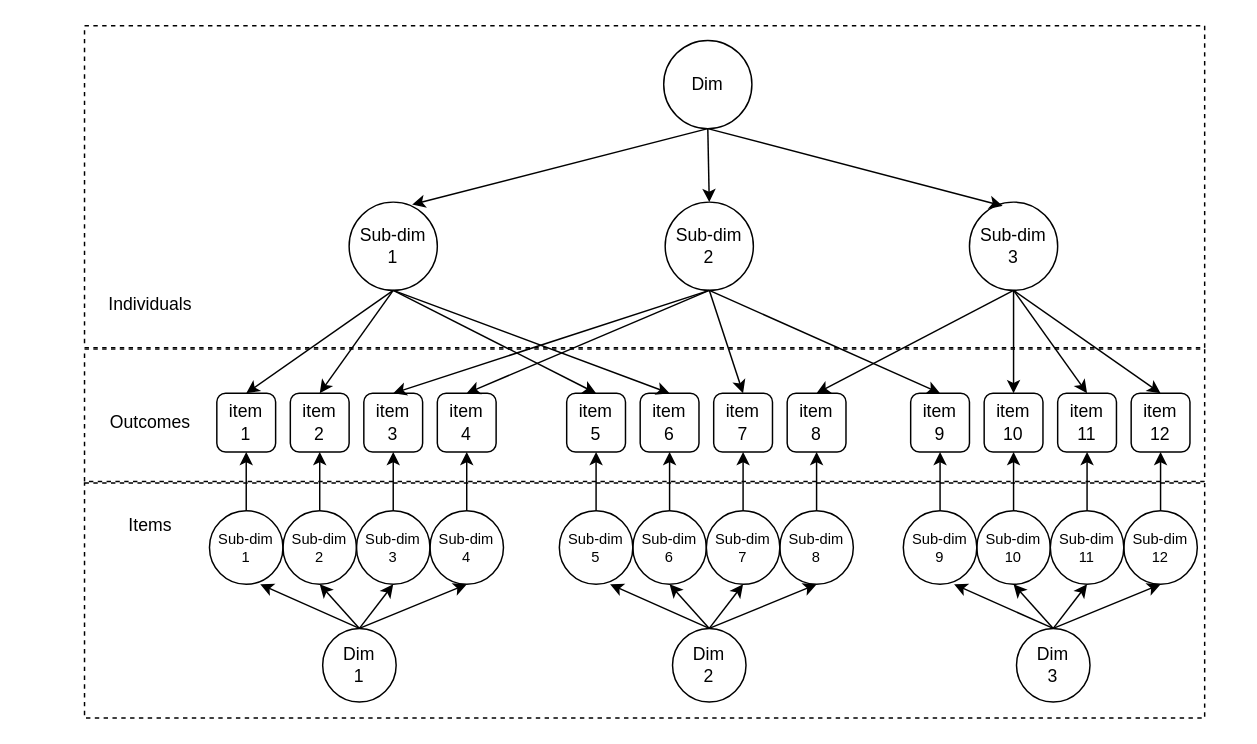
jriveraespejo/thesis keeps this draw.io diagram as images/main/instrument_design.drawio. Above is the earlier version. Source tidied: cells renumbered, new cells numbered last; positions are measured from the earlier drawing's top-left corner, leaving out a move shared by most shapes. Both pictures are drawn from the tidied source at 147%, with x=0, y=0 at pixel (84, 25).
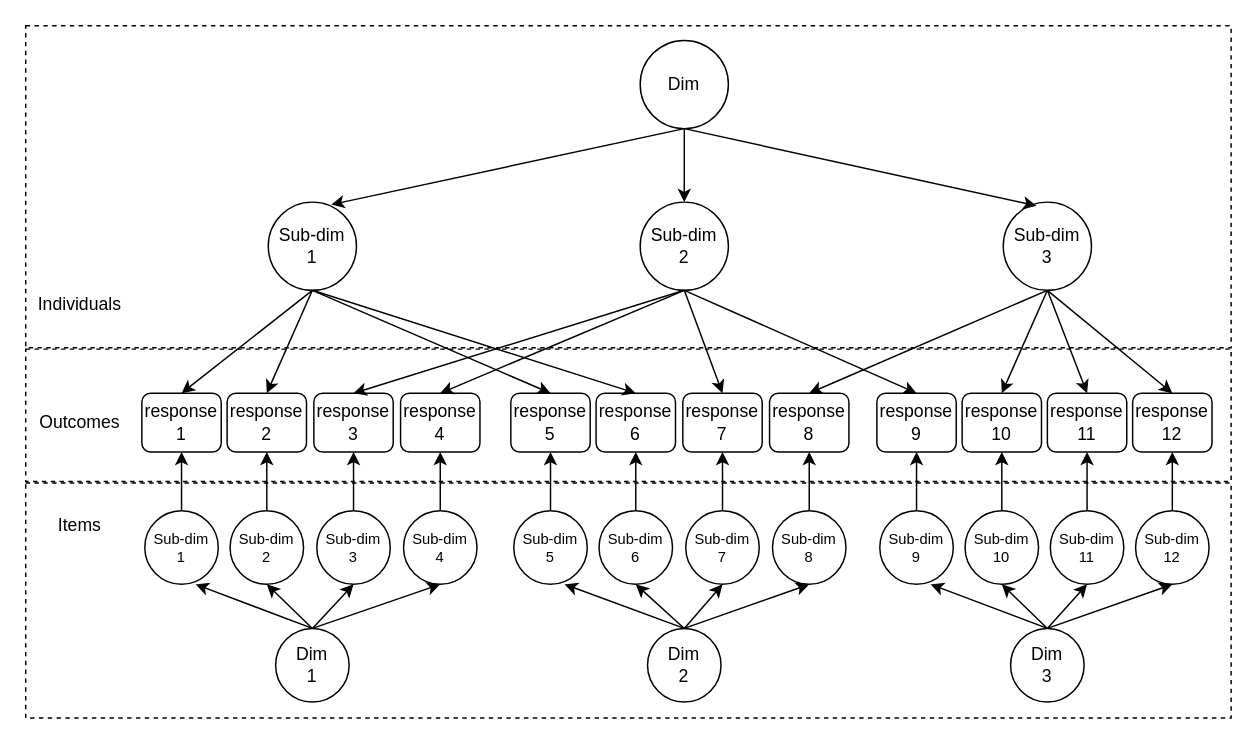
After the change.

Change to the diagram source:
```diff
@@
     <mxCell id="2" style="rounded=0;whiteSpace=wrap;html=1;fillColor=none;dashed=1;" parent="1" vertex="1">
-      <mxGeometry y="220" width="762" height="90" as="geometry" />
+      <mxGeometry x="-40" y="220" width="820" height="90" as="geometry" />
     </mxCell>
     <mxCell id="3" style="rounded=0;whiteSpace=wrap;html=1;fillColor=none;dashed=1;" parent="1" vertex="1">
-      <mxGeometry y="311" width="762" height="160" as="geometry" />
+      <mxGeometry x="-40" y="311" width="820" height="160" as="geometry" />
     </mxCell>
     <mxCell id="4" style="rounded=0;whiteSpace=wrap;html=1;fillColor=none;dashed=1;" parent="1" vertex="1">
-      <mxGeometry width="762" height="219" as="geometry" />
+      <mxGeometry x="-40" width="820" height="219" as="geometry" />
     </mxCell>
-    <mxCell id="5" value="&lt;div&gt;item &lt;br&gt;&lt;/div&gt;&lt;div&gt;1&lt;/div&gt;" style="rounded=1;whiteSpace=wrap;html=1;fillColor=none;" parent="1" vertex="1">
-      <mxGeometry x="90" y="250" width="40" height="40" as="geometry" />
+    <mxCell id="5" value="response &lt;br&gt;&lt;div&gt;1&lt;/div&gt;" style="rounded=1;whiteSpace=wrap;html=1;fillColor=none;" parent="1" vertex="1">
+      <mxGeometry x="39" y="250" width="54" height="40" as="geometry" />
     </mxCell>
-    <mxCell id="6" value="&lt;div&gt;item &lt;br&gt;&lt;/div&gt;&lt;div&gt;2&lt;/div&gt;" style="rounded=1;whiteSpace=wrap;html=1;fillColor=none;" parent="1" vertex="1">
-      <mxGeometry x="140" y="250" width="40" height="40" as="geometry" />
+    <mxCell id="6" value="&lt;div&gt;response &lt;br&gt;&lt;/div&gt;&lt;div&gt;2&lt;/div&gt;" style="rounded=1;whiteSpace=wrap;html=1;fillColor=none;" parent="1" vertex="1">
+      <mxGeometry x="97" y="250" width="54" height="40" as="geometry" />
     </mxCell>
-    <mxCell id="7" value="&lt;div&gt;item &lt;br&gt;&lt;/div&gt;&lt;div&gt;3&lt;/div&gt;" style="rounded=1;whiteSpace=wrap;html=1;fillColor=none;" parent="1" vertex="1">
-      <mxGeometry x="190" y="250" width="40" height="40" as="geometry" />
+    <mxCell id="7" value="&lt;div&gt;response &lt;br&gt;&lt;/div&gt;&lt;div&gt;3&lt;/div&gt;" style="rounded=1;whiteSpace=wrap;html=1;fillColor=none;" parent="1" vertex="1">
+      <mxGeometry x="156" y="250" width="54" height="40" as="geometry" />
     </mxCell>
-    <mxCell id="8" value="&lt;div&gt;item &lt;br&gt;&lt;/div&gt;&lt;div&gt;4&lt;/div&gt;" style="rounded=1;whiteSpace=wrap;html=1;fillColor=none;" parent="1" vertex="1">
-      <mxGeometry x="240" y="250" width="40" height="40" as="geometry" />
+    <mxCell id="8" value="&lt;div&gt;response &lt;br&gt;&lt;/div&gt;&lt;div&gt;4&lt;/div&gt;" style="rounded=1;whiteSpace=wrap;html=1;fillColor=none;" parent="1" vertex="1">
+      <mxGeometry x="215" y="250" width="54" height="40" as="geometry" />
     </mxCell>
-    <mxCell id="9" value="&lt;div&gt;item &lt;br&gt;&lt;/div&gt;&lt;div&gt;5&lt;/div&gt;" style="rounded=1;whiteSpace=wrap;html=1;fillColor=none;" parent="1" vertex="1">
-      <mxGeometry x="328" y="250" width="40" height="40" as="geometry" />
+    <mxCell id="9" value="&lt;div&gt;response &lt;br&gt;&lt;/div&gt;&lt;div&gt;5&lt;/div&gt;" style="rounded=1;whiteSpace=wrap;html=1;fillColor=none;" parent="1" vertex="1">
+      <mxGeometry x="290" y="250" width="54" height="40" as="geometry" />
     </mxCell>
-    <mxCell id="10" value="&lt;div&gt;item &lt;br&gt;&lt;/div&gt;&lt;div&gt;6&lt;/div&gt;" style="rounded=1;whiteSpace=wrap;html=1;fillColor=none;" parent="1" vertex="1">
-      <mxGeometry x="378" y="250" width="40" height="40" as="geometry" />
+    <mxCell id="10" value="&lt;div&gt;response &lt;br&gt;&lt;/div&gt;&lt;div&gt;6&lt;/div&gt;" style="rounded=1;whiteSpace=wrap;html=1;fillColor=none;" parent="1" vertex="1">
+      <mxGeometry x="348" y="250" width="54" height="40" as="geometry" />
     </mxCell>
-    <mxCell id="11" value="&lt;div&gt;item &lt;br&gt;&lt;/div&gt;&lt;div&gt;7&lt;/div&gt;" style="rounded=1;whiteSpace=wrap;html=1;fillColor=none;" parent="1" vertex="1">
-      <mxGeometry x="428" y="250" width="40" height="40" as="geometry" />
+    <mxCell id="11" value="&lt;div&gt;response &lt;br&gt;&lt;/div&gt;&lt;div&gt;7&lt;/div&gt;" style="rounded=1;whiteSpace=wrap;html=1;fillColor=none;" parent="1" vertex="1">
+      <mxGeometry x="407" y="250" width="54" height="40" as="geometry" />
     </mxCell>
-    <mxCell id="12" value="&lt;div&gt;item &lt;br&gt;&lt;/div&gt;&lt;div&gt;8&lt;/div&gt;" style="rounded=1;whiteSpace=wrap;html=1;fillColor=none;" parent="1" vertex="1">
-      <mxGeometry x="478" y="250" width="40" height="40" as="geometry" />
+    <mxCell id="12" value="response &lt;br&gt;&lt;div&gt;8&lt;/div&gt;" style="rounded=1;whiteSpace=wrap;html=1;fillColor=none;" parent="1" vertex="1">
+      <mxGeometry x="466" y="250" width="54" height="40" as="geometry" />
     </mxCell>
-    <mxCell id="13" value="&lt;div&gt;item &lt;br&gt;&lt;/div&gt;&lt;div&gt;9&lt;/div&gt;" style="rounded=1;whiteSpace=wrap;html=1;fillColor=none;" parent="1" vertex="1">
-      <mxGeometry x="562" y="250" width="40" height="40" as="geometry" />
+    <mxCell id="13" value="response &lt;br&gt;&lt;div&gt;9&lt;/div&gt;" style="rounded=1;whiteSpace=wrap;html=1;fillColor=none;" parent="1" vertex="1">
+      <mxGeometry x="539" y="250" width="54" height="40" as="geometry" />
     </mxCell>
-    <mxCell id="14" value="&lt;div&gt;item&lt;/div&gt;&lt;div&gt;10&lt;/div&gt;" style="rounded=1;whiteSpace=wrap;html=1;fillColor=none;" parent="1" vertex="1">
-      <mxGeometry x="612" y="250" width="40" height="40" as="geometry" />
+    <mxCell id="14" value="&lt;div&gt;response&lt;/div&gt;&lt;div&gt;10&lt;/div&gt;" style="rounded=1;whiteSpace=wrap;html=1;fillColor=none;" parent="1" vertex="1">
+      <mxGeometry x="597" y="250" width="54" height="40" as="geometry" />
     </mxCell>
-    <mxCell id="15" value="&lt;div&gt;item &lt;br&gt;&lt;/div&gt;&lt;div&gt;11&lt;/div&gt;" style="rounded=1;whiteSpace=wrap;html=1;fillColor=none;" parent="1" vertex="1">
-      <mxGeometry x="662" y="250" width="40" height="40" as="geometry" />
+    <mxCell id="15" value="response &lt;br&gt;&lt;div&gt;11&lt;/div&gt;" style="rounded=1;whiteSpace=wrap;html=1;fillColor=none;" parent="1" vertex="1">
+      <mxGeometry x="655" y="250" width="54" height="40" as="geometry" />
     </mxCell>
-    <mxCell id="16" value="&lt;div&gt;item &lt;br&gt;&lt;/div&gt;&lt;div&gt;12&lt;/div&gt;" style="rounded=1;whiteSpace=wrap;html=1;fillColor=none;" parent="1" vertex="1">
-      <mxGeometry x="712" y="250" width="40" height="40" as="geometry" />
+    <mxCell id="16" value="response &lt;br&gt;&lt;div&gt;12&lt;/div&gt;" style="rounded=1;whiteSpace=wrap;html=1;fillColor=none;" parent="1" vertex="1">
+      <mxGeometry x="713" y="250" width="54" height="40" as="geometry" />
     </mxCell>
@@
     <mxCell id="29" value="&lt;div&gt;Sub-dim&lt;/div&gt;&lt;div&gt;1&lt;/div&gt;" style="ellipse;whiteSpace=wrap;html=1;fillColor=none;" parent="1" vertex="1">
-      <mxGeometry x="180" y="120" width="60" height="60" as="geometry" />
+      <mxGeometry x="125" y="120" width="60" height="60" as="geometry" />
     </mxCell>
@@
     <mxCell id="34" value="&lt;div&gt;Dim &lt;br&gt;&lt;/div&gt;&lt;div&gt;1&lt;/div&gt;" style="ellipse;whiteSpace=wrap;html=1;fillColor=none;" parent="1" vertex="1">
-      <mxGeometry x="162" y="410" width="50" height="50" as="geometry" />
+      <mxGeometry x="130" y="410" width="50" height="50" as="geometry" />
     </mxCell>
     <mxCell id="35" value="&lt;div&gt;Sub-dim&lt;/div&gt;&lt;div&gt;2&lt;br&gt;&lt;/div&gt;" style="ellipse;whiteSpace=wrap;html=1;fillColor=none;" parent="1" vertex="1">
-      <mxGeometry x="395" y="120" width="60" height="60" as="geometry" />
+      <mxGeometry x="378" y="120" width="60" height="60" as="geometry" />
     </mxCell>
     <mxCell id="36" value="&lt;div&gt;Sub-dim&lt;/div&gt;&lt;div&gt;3&lt;br&gt;&lt;/div&gt;" style="ellipse;whiteSpace=wrap;html=1;fillColor=none;" parent="1" vertex="1">
-      <mxGeometry x="602" y="120" width="60" height="60" as="geometry" />
+      <mxGeometry x="625" y="120" width="60" height="60" as="geometry" />
     </mxCell>
@@
     <mxCell id="40" value="Dim" style="ellipse;whiteSpace=wrap;html=1;fillColor=none;" parent="1" vertex="1">
-      <mxGeometry x="394" y="10" width="60" height="60" as="geometry" />
+      <mxGeometry x="378" y="10" width="60" height="60" as="geometry" />
     </mxCell>
@@
     <mxCell id="42" value="&lt;div style=&quot;font-size: 10px;&quot;&gt;Sub-dim &lt;br style=&quot;font-size: 10px;&quot;&gt;&lt;/div&gt;&lt;div style=&quot;font-size: 10px;&quot;&gt;1&lt;/div&gt;" style="ellipse;whiteSpace=wrap;html=1;fillColor=none;fontSize=10;" parent="1" vertex="1">
-      <mxGeometry x="85" y="330" width="50" height="50" as="geometry" />
+      <mxGeometry x="41" y="330" width="50" height="50" as="geometry" />
     </mxCell>
@@
     <mxCell id="44" value="&lt;div style=&quot;font-size: 10px&quot;&gt;Sub-dim &lt;br style=&quot;font-size: 10px&quot;&gt;&lt;/div&gt;&lt;div style=&quot;font-size: 10px&quot;&gt;2&lt;/div&gt;" style="ellipse;whiteSpace=wrap;html=1;fillColor=none;fontSize=10;" parent="1" vertex="1">
-      <mxGeometry x="135" y="330" width="50" height="50" as="geometry" />
+      <mxGeometry x="99" y="330" width="50" height="50" as="geometry" />
     </mxCell>
@@
     <mxCell id="46" value="&lt;div style=&quot;font-size: 10px&quot;&gt;Sub-dim &lt;br style=&quot;font-size: 10px&quot;&gt;&lt;/div&gt;3" style="ellipse;whiteSpace=wrap;html=1;fillColor=none;fontSize=10;" parent="1" vertex="1">
-      <mxGeometry x="185" y="330" width="50" height="50" as="geometry" />
+      <mxGeometry x="158" y="330" width="50" height="50" as="geometry" />
     </mxCell>
@@
     <mxCell id="48" value="&lt;div style=&quot;font-size: 10px&quot;&gt;Sub-dim &lt;br style=&quot;font-size: 10px&quot;&gt;&lt;/div&gt;&lt;div style=&quot;font-size: 10px&quot;&gt;4&lt;/div&gt;" style="ellipse;whiteSpace=wrap;html=1;fillColor=none;fontSize=10;" parent="1" vertex="1">
-      <mxGeometry x="235" y="330" width="50" height="50" as="geometry" />
+      <mxGeometry x="217" y="330" width="50" height="50" as="geometry" />
     </mxCell>
@@
     <mxCell id="53" value="&lt;div&gt;Dim &lt;br&gt;&lt;/div&gt;&lt;div&gt;2&lt;/div&gt;" style="ellipse;whiteSpace=wrap;html=1;fillColor=none;" parent="1" vertex="1">
-      <mxGeometry x="400" y="410" width="50" height="50" as="geometry" />
+      <mxGeometry x="383" y="410" width="50" height="50" as="geometry" />
     </mxCell>
@@
     <mxCell id="55" value="&lt;div&gt;Sub-dim&lt;/div&gt;&lt;div&gt;5&lt;/div&gt;" style="ellipse;whiteSpace=wrap;html=1;fillColor=none;fontSize=10;" parent="1" vertex="1">
-      <mxGeometry x="323" y="330" width="50" height="50" as="geometry" />
+      <mxGeometry x="292" y="330" width="50" height="50" as="geometry" />
     </mxCell>
@@
     <mxCell id="57" value="&lt;div style=&quot;font-size: 10px&quot;&gt;Sub-dim &lt;br style=&quot;font-size: 10px&quot;&gt;&lt;/div&gt;6" style="ellipse;whiteSpace=wrap;html=1;fillColor=none;fontSize=10;" parent="1" vertex="1">
-      <mxGeometry x="373" y="330" width="50" height="50" as="geometry" />
+      <mxGeometry x="350" y="330" width="50" height="50" as="geometry" />
     </mxCell>
@@
     <mxCell id="59" value="Sub-dim &lt;br style=&quot;font-size: 10px&quot;&gt;7" style="ellipse;whiteSpace=wrap;html=1;fillColor=none;fontSize=10;" parent="1" vertex="1">
-      <mxGeometry x="423" y="330" width="50" height="50" as="geometry" />
+      <mxGeometry x="409" y="330" width="50" height="50" as="geometry" />
     </mxCell>
@@
     <mxCell id="61" value="&lt;div style=&quot;font-size: 10px&quot;&gt;Sub-dim &lt;br style=&quot;font-size: 10px&quot;&gt;&lt;/div&gt;8" style="ellipse;whiteSpace=wrap;html=1;fillColor=none;fontSize=10;" parent="1" vertex="1">
-      <mxGeometry x="473" y="330" width="50" height="50" as="geometry" />
+      <mxGeometry x="468" y="330" width="50" height="50" as="geometry" />
     </mxCell>
@@
     <mxCell id="66" value="&lt;div&gt;Dim &lt;br&gt;&lt;/div&gt;&lt;div&gt;3&lt;/div&gt;" style="ellipse;whiteSpace=wrap;html=1;fillColor=none;" parent="1" vertex="1">
-      <mxGeometry x="634" y="410" width="50" height="50" as="geometry" />
+      <mxGeometry x="630" y="410" width="50" height="50" as="geometry" />
     </mxCell>
@@
     <mxCell id="68" value="&lt;div style=&quot;font-size: 10px&quot;&gt;Sub-dim &lt;br style=&quot;font-size: 10px&quot;&gt;&lt;/div&gt;9" style="ellipse;whiteSpace=wrap;html=1;fillColor=none;fontSize=10;" parent="1" vertex="1">
-      <mxGeometry x="557" y="330" width="50" height="50" as="geometry" />
+      <mxGeometry x="541" y="330" width="50" height="50" as="geometry" />
     </mxCell>
@@
     <mxCell id="70" value="Sub-dim &lt;br style=&quot;font-size: 10px&quot;&gt;10" style="ellipse;whiteSpace=wrap;html=1;fillColor=none;fontSize=10;" parent="1" vertex="1">
-      <mxGeometry x="607" y="330" width="50" height="50" as="geometry" />
+      <mxGeometry x="599" y="330" width="50" height="50" as="geometry" />
     </mxCell>
@@
     <mxCell id="74" value="Sub-dim &lt;br style=&quot;font-size: 10px&quot;&gt;&lt;div style=&quot;font-size: 10px&quot;&gt;12&lt;/div&gt;" style="ellipse;whiteSpace=wrap;html=1;fillColor=none;fontSize=10;" parent="1" vertex="1">
-      <mxGeometry x="707" y="330" width="50" height="50" as="geometry" />
+      <mxGeometry x="715" y="330" width="50" height="50" as="geometry" />
     </mxCell>
     <mxCell id="75" value="Individuals" style="text;html=1;strokeColor=none;fillColor=none;align=center;verticalAlign=middle;whiteSpace=wrap;rounded=0;dashed=1;" parent="1" vertex="1">
-      <mxGeometry x="10" y="180" width="70" height="20" as="geometry" />
+      <mxGeometry x="-38" y="180" width="70" height="20" as="geometry" />
     </mxCell>
     <mxCell id="76" value="Outcomes" style="text;html=1;strokeColor=none;fillColor=none;align=center;verticalAlign=middle;whiteSpace=wrap;rounded=0;dashed=1;" parent="1" vertex="1">
-      <mxGeometry x="10" y="260" width="70" height="20" as="geometry" />
+      <mxGeometry x="-38" y="260" width="70" height="20" as="geometry" />
     </mxCell>
     <mxCell id="77" value="Items" style="text;html=1;strokeColor=none;fillColor=none;align=center;verticalAlign=middle;whiteSpace=wrap;rounded=0;dashed=1;" parent="1" vertex="1">
-      <mxGeometry x="10" y="330" width="70" height="20" as="geometry" />
+      <mxGeometry x="-38" y="330" width="70" height="20" as="geometry" />
     </mxCell>
```
